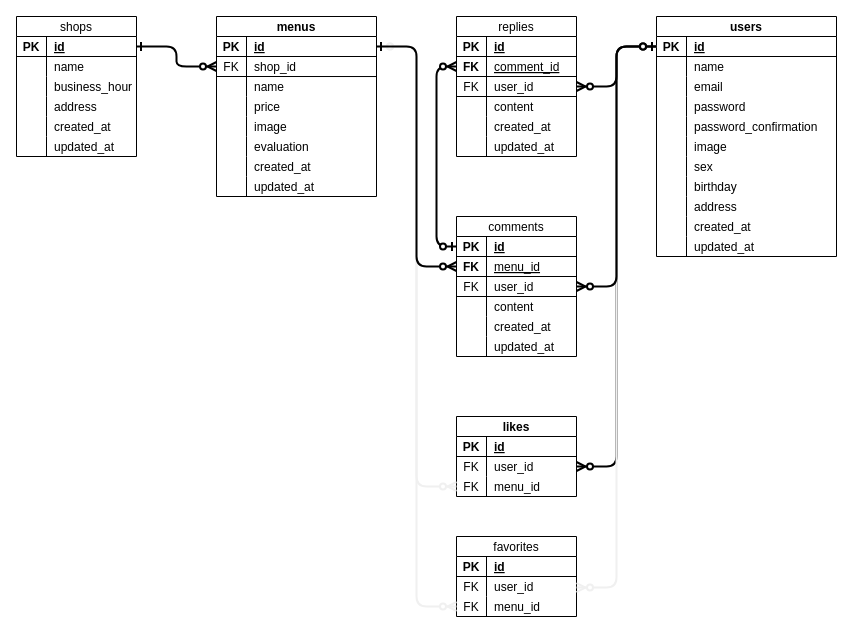
Before: app.dio in hayato0322ash/foodbook, a draw.io diagram. Source tidied: cells renumbered, new cells numbered last; positions are measured from the earlier drawing's top-left corner, leaving out a move shared by most shapes. Both pictures are drawn from the tidied source at 100%, with x=0, y=0 at pixel (16, 16).
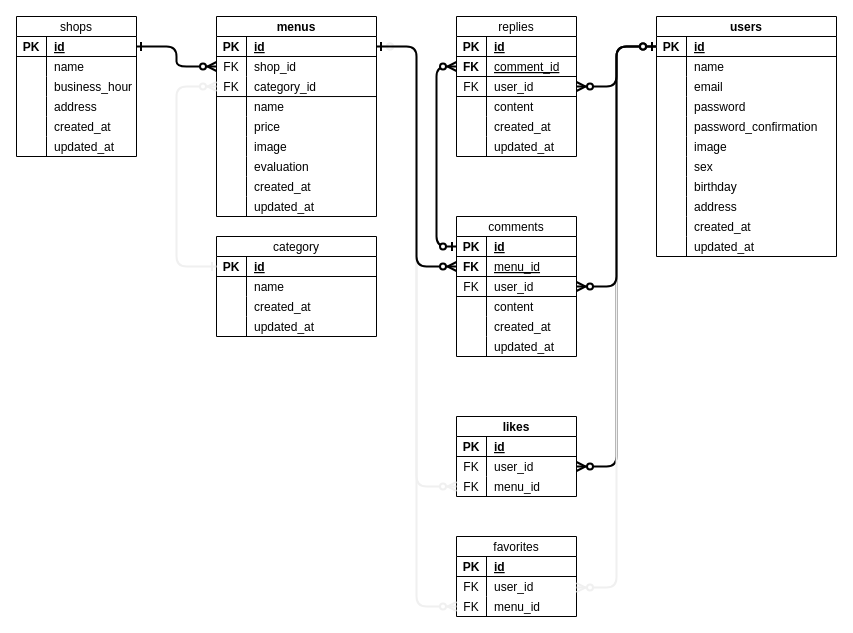
The same page after the edit.

Unchanged cells that the change refers to:
```xml
<mxCell id="125" style="group;" parent="1" vertex="1">
  <mxGeometry x="200" width="160" height="180" as="geometry" />
</mxCell>
```

The edit, as a diff of the source:
```diff
@@
     <mxCell id="126" value="menus" style="shape=table;startSize=20;childLayout=tableLayout;rowLines=0;fontStyle=1;align=center;" parent="125" vertex="1">
-      <mxGeometry width="160" height="180" as="geometry" />
+      <mxGeometry width="160" height="200" as="geometry" />
     </mxCell>
@@
+    <mxCell id="152" style="shape=partialRectangle;fillColor=none;top=0;left=0;bottom=0;right=0;points=[[0,0.5],[1,0.5]];portConstraint=eastwest;" parent="126" vertex="1">
+      <mxGeometry y="60" width="160" height="20" as="geometry" />
+    </mxCell>
+    <mxCell id="153" value="FK" style="shape=partialRectangle;fillColor=none;top=0;left=0;bottom=0;right=0;overflow=hidden;" parent="152" vertex="1">
+      <mxGeometry width="30" height="20" as="geometry" />
+    </mxCell>
+    <mxCell id="154" value="category_id" style="shape=partialRectangle;fillColor=none;top=0;left=0;bottom=0;right=0;align=left;spacingLeft=6;overflow=hidden;" parent="152" vertex="1">
+      <mxGeometry x="30" width="130" height="20" as="geometry" />
+    </mxCell>
     <mxCell id="133" style="shape=partialRectangle;fillColor=none;top=0;left=0;bottom=0;right=0;points=[[0,0.5],[1,0.5]];portConstraint=eastwest;" parent="126" vertex="1">
-      <mxGeometry y="60" width="160" height="20" as="geometry" />
+      <mxGeometry y="80" width="160" height="20" as="geometry" />
     </mxCell>
@@
     <mxCell id="136" style="shape=partialRectangle;fillColor=none;top=0;left=0;bottom=0;right=0;" parent="126" vertex="1">
-      <mxGeometry y="80" width="160" height="20" as="geometry" />
+      <mxGeometry y="100" width="160" height="20" as="geometry" />
     </mxCell>
@@
     <mxCell id="139" style="shape=partialRectangle;fillColor=none;top=0;left=0;bottom=0;right=0;" parent="126" vertex="1">
-      <mxGeometry y="100" width="160" height="20" as="geometry" />
+      <mxGeometry y="120" width="160" height="20" as="geometry" />
     </mxCell>
@@
     <mxCell id="142" style="shape=partialRectangle;fillColor=none;top=0;left=0;bottom=0;right=0;" parent="126" vertex="1">
-      <mxGeometry y="120" width="160" height="20" as="geometry" />
+      <mxGeometry y="140" width="160" height="20" as="geometry" />
     </mxCell>
@@
     <mxCell id="145" style="shape=partialRectangle;fillColor=none;top=0;left=0;bottom=0;right=0;" parent="126" vertex="1">
-      <mxGeometry y="140" width="160" height="20" as="geometry" />
+      <mxGeometry y="160" width="160" height="20" as="geometry" />
     </mxCell>
@@
     <mxCell id="148" style="shape=partialRectangle;fillColor=none;top=0;left=0;bottom=0;right=0;" parent="126" vertex="1">
-      <mxGeometry y="160" width="160" height="20" as="geometry" />
+      <mxGeometry y="180" width="160" height="20" as="geometry" />
     </mxCell>
@@
-    <mxCell id="151" style="endArrow=none;html=1;rounded=0;entryX=1.001;entryY=0.002;entryDx=0;entryDy=0;entryPerimeter=0;" parent="125" edge="1" target="133">
-      <mxGeometry relative="1" as="geometry">
-        <mxPoint y="60" as="sourcePoint" />
-      </mxGeometry>
+    <mxCell id="151" style="endArrow=none;html=1;rounded=0;entryX=1.001;entryY=0.002;entryDx=0;entryDy=0;entryPerimeter=0;exitX=0;exitY=0.002;exitDx=0;exitDy=0;exitPerimeter=0;" parent="126" edge="1" source="133" target="133">
+      <mxGeometry relative="1" as="geometry" />
     </mxCell>
+    <mxCell id="155" value="category" style="shape=table;startSize=20;childLayout=tableLayout;rowLines=0;fontStyle=0;align=center;" parent="1" vertex="1">
+      <mxGeometry x="200" y="220" width="160" height="100" as="geometry" />
+    </mxCell>
+    <mxCell id="156" style="shape=partialRectangle;fillColor=none;top=0;left=0;bottom=1;right=0;points=[[0,0.5],[1,0.5]];portConstraint=eastwest;" parent="155" vertex="1">
+      <mxGeometry y="20" width="160" height="20" as="geometry" />
+    </mxCell>
+    <mxCell id="157" value="PK" style="shape=partialRectangle;fillColor=none;top=0;left=0;bottom=0;right=0;fontStyle=1;overflow=hidden;" parent="156" vertex="1">
+      <mxGeometry width="30" height="20" as="geometry" />
+    </mxCell>
+    <mxCell id="158" value="id" style="shape=partialRectangle;fillColor=none;top=0;left=0;bottom=0;right=0;align=left;spacingLeft=6;fontStyle=5;overflow=hidden;" parent="156" vertex="1">
+      <mxGeometry x="30" width="130" height="20" as="geometry" />
+    </mxCell>
+    <mxCell id="159" style="shape=partialRectangle;fillColor=none;top=0;left=0;bottom=0;right=0;" parent="155" vertex="1">
+      <mxGeometry y="40" width="160" height="20" as="geometry" />
+    </mxCell>
+    <mxCell id="160" style="shape=partialRectangle;fillColor=none;top=0;left=0;bottom=0;right=0;overflow=hidden;" parent="159" vertex="1">
+      <mxGeometry width="30" height="20" as="geometry" />
+    </mxCell>
+    <mxCell id="161" value="name" style="shape=partialRectangle;fillColor=none;top=0;left=0;bottom=0;right=0;align=left;spacingLeft=6;overflow=hidden;" parent="159" vertex="1">
+      <mxGeometry x="30" width="130" height="20" as="geometry" />
+    </mxCell>
+    <mxCell id="162" style="shape=partialRectangle;fillColor=none;top=0;left=0;bottom=0;right=0;" parent="155" vertex="1">
+      <mxGeometry y="60" width="160" height="20" as="geometry" />
+    </mxCell>
+    <mxCell id="163" style="shape=partialRectangle;fillColor=none;top=0;left=0;bottom=0;right=0;overflow=hidden;" parent="162" vertex="1">
+      <mxGeometry width="30" height="20" as="geometry" />
+    </mxCell>
+    <mxCell id="164" value="created_at" style="shape=partialRectangle;fillColor=none;top=0;left=0;bottom=0;right=0;align=left;spacingLeft=6;overflow=hidden;" parent="162" vertex="1">
+      <mxGeometry x="30" width="130" height="20" as="geometry" />
+    </mxCell>
+    <mxCell id="165" style="shape=partialRectangle;fillColor=none;top=0;left=0;bottom=0;right=0;" parent="155" vertex="1">
+      <mxGeometry y="80" width="160" height="20" as="geometry" />
+    </mxCell>
+    <mxCell id="166" style="shape=partialRectangle;fillColor=none;top=0;left=0;bottom=0;right=0;overflow=hidden;" parent="165" vertex="1">
+      <mxGeometry width="30" height="20" as="geometry" />
+    </mxCell>
+    <mxCell id="167" value="updated_at" style="shape=partialRectangle;fillColor=none;top=0;left=0;bottom=0;right=0;align=left;spacingLeft=6;overflow=hidden;" parent="165" vertex="1">
+      <mxGeometry x="30" width="130" height="20" as="geometry" />
+    </mxCell>
+    <mxCell id="168" style="edgeStyle=orthogonalEdgeStyle;fontSize=12;html=1;endArrow=ERzeroToMany;endFill=1;fontStyle=1;strokeColor=#F0F0F0;strokeWidth=2;startArrow=ERone;startFill=0;" parent="1" edge="1" source="156" target="152">
+      <mxGeometry relative="1" as="geometry">
+        <Array as="points">
+          <mxPoint x="160" y="250" />
+          <mxPoint x="160" y="70" />
+        </Array>
+      </mxGeometry>
+    </mxCell>
```
